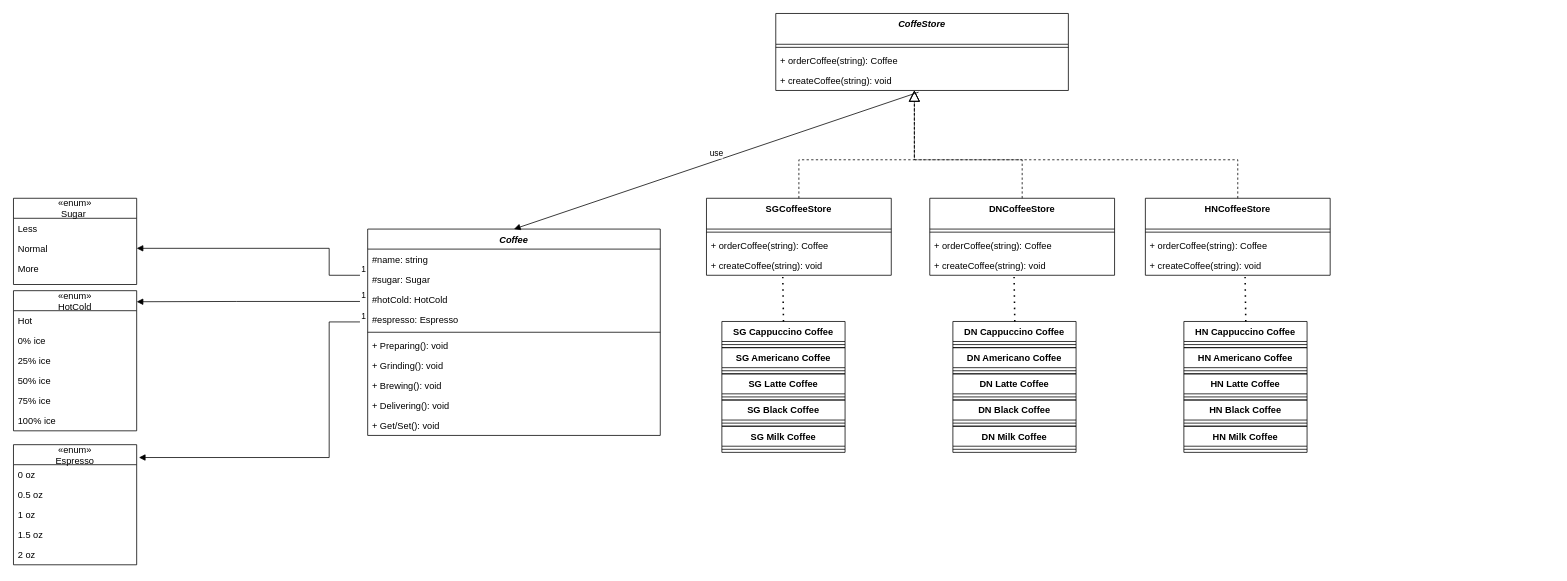
Before: page "Page-1" (1 of 5) of asm1.drawio in khangnguyen9955/DesignPatterns, a draw.io diagram. Source tidied: cells renumbered, new cells numbered last; positions are measured from the earlier drawing's top-left corner, leaving out a move shared by most shapes. Both pictures are drawn from the tidied source at 77%, with x=0, y=0 at pixel (13, 13).
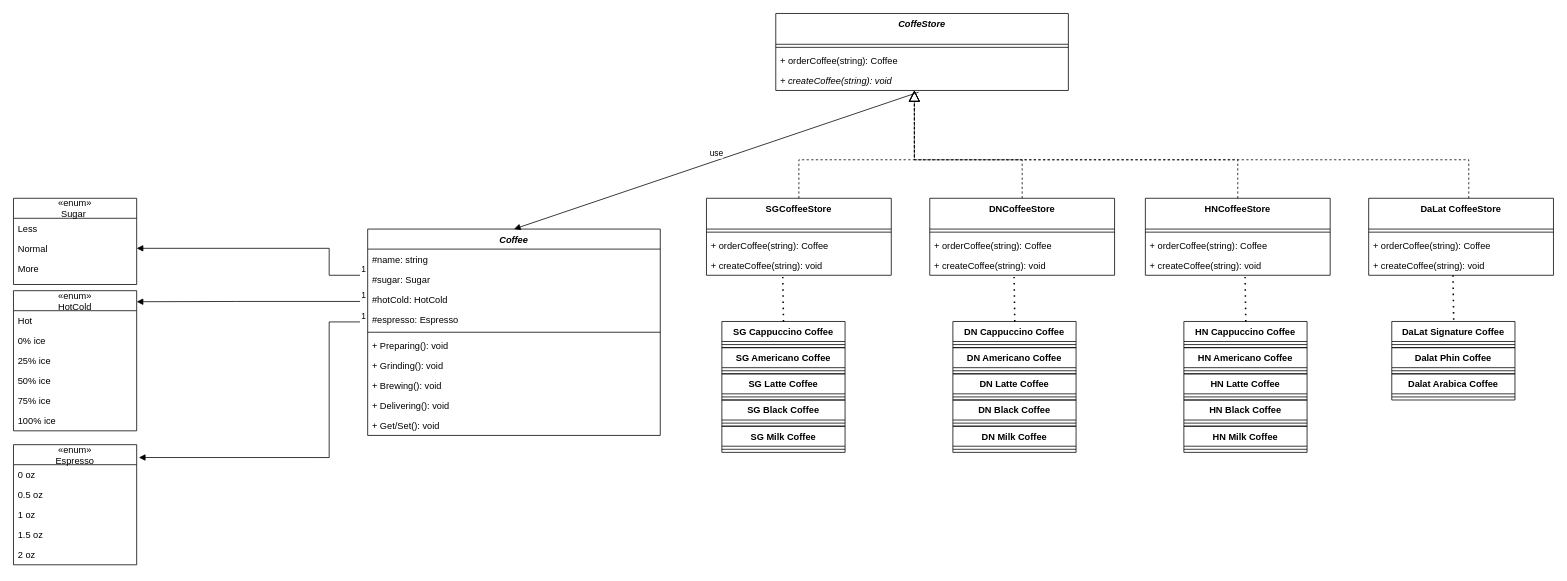
Above is the later version.

Unchanged cells that the change refers to:
```xml
<mxCell id="46" value="CoffeStore&#10;" style="swimlane;fontStyle=3;align=center;verticalAlign=top;horizontal=1;startSize=40;" parent="1" vertex="1">
  <mxGeometry x="990" width="380" height="100" as="geometry" />
</mxCell>
```

What changed in the source:
```diff
@@
-    <mxCell id="49" value="+ createCoffee(string): void" style="text;strokeColor=none;fillColor=none;align=left;verticalAlign=top;spacingLeft=4;spacingRight=4;overflow=hidden;points=[[0,0.5],[1,0.5]];portConstraint=eastwest;" parent="46" vertex="1">
+    <mxCell id="49" value="+ createCoffee(string): void" style="text;strokeColor=none;fillColor=none;align=left;verticalAlign=top;spacingLeft=4;spacingRight=4;overflow=hidden;points=[[0,0.5],[1,0.5]];portConstraint=eastwest;fontStyle=2;" parent="46" vertex="1">
       <mxGeometry y="74" width="380" height="26" as="geometry" />
     </mxCell>
@@
+    <mxCell id="89" value="DaLat CoffeeStore" style="swimlane;fontStyle=1;align=center;verticalAlign=top;horizontal=1;startSize=40;" parent="1" vertex="1">
+      <mxGeometry x="1760" y="240" width="240" height="100" as="geometry" />
+    </mxCell>
+    <mxCell id="90" style="line;strokeWidth=1;fillColor=none;align=left;verticalAlign=middle;spacingTop=-1;spacingLeft=3;spacingRight=3;labelPosition=right;strokeColor=inherit;" parent="89" vertex="1">
+      <mxGeometry y="40" width="240" height="8" as="geometry" />
+    </mxCell>
+    <mxCell id="91" value="+ orderCoffee(string): Coffee" style="text;strokeColor=none;fillColor=none;align=left;verticalAlign=top;spacingLeft=4;spacingRight=4;overflow=hidden;" parent="89" vertex="1">
+      <mxGeometry y="48" width="240" height="26" as="geometry" />
+    </mxCell>
+    <mxCell id="92" value="+ createCoffee(string): void" style="text;strokeColor=none;fillColor=none;align=left;verticalAlign=top;spacingLeft=4;spacingRight=4;overflow=hidden;" parent="89" vertex="1">
+      <mxGeometry y="74" width="240" height="26" as="geometry" />
+    </mxCell>
+    <mxCell id="93" style="endArrow=block;dashed=1;endFill=0;endSize=12;html=1;rounded=0;exitX=0.5;exitY=0;exitDx=0;exitDy=0;" parent="1" edge="1">
+      <mxGeometry relative="1" as="geometry">
+        <mxPoint x="1890" y="240" as="sourcePoint" />
+        <mxPoint x="1170" y="100" as="targetPoint" />
+        <Array as="points">
+          <mxPoint x="1890" y="190" />
+          <mxPoint x="1620" y="190" />
+          <mxPoint x="1170" y="190" />
+        </Array>
+      </mxGeometry>
+    </mxCell>
+    <mxCell id="94" value="Dalat Arabica Coffee" style="swimlane;fontStyle=1;align=center;verticalAlign=top;horizontal=1;startSize=26;" parent="1" vertex="1">
+      <mxGeometry x="1790" y="468" width="160" height="34" as="geometry" />
+    </mxCell>
+    <mxCell id="95" style="line;strokeWidth=1;fillColor=none;align=left;verticalAlign=middle;spacingTop=-1;spacingLeft=3;spacingRight=3;labelPosition=right;strokeColor=inherit;" parent="94" vertex="1">
+      <mxGeometry y="26" width="160" height="8" as="geometry" />
+    </mxCell>
+    <mxCell id="96" value="Dalat Phin Coffee" style="swimlane;fontStyle=1;align=center;verticalAlign=top;horizontal=1;startSize=26;" parent="1" vertex="1">
+      <mxGeometry x="1790" y="434" width="160" height="34" as="geometry" />
+    </mxCell>
+    <mxCell id="97" style="line;strokeWidth=1;fillColor=none;align=left;verticalAlign=middle;spacingTop=-1;spacingLeft=3;spacingRight=3;labelPosition=right;strokeColor=inherit;" parent="96" vertex="1">
+      <mxGeometry y="26" width="160" height="8" as="geometry" />
+    </mxCell>
+    <mxCell id="98" value="DaLat Signature Coffee" style="swimlane;fontStyle=1;align=center;verticalAlign=top;horizontal=1;startSize=26;" parent="1" vertex="1">
+      <mxGeometry x="1790" y="400" width="160" height="34" as="geometry" />
+    </mxCell>
+    <mxCell id="99" style="line;strokeWidth=1;fillColor=none;align=left;verticalAlign=middle;spacingTop=-1;spacingLeft=3;spacingRight=3;labelPosition=right;strokeColor=inherit;" parent="98" vertex="1">
+      <mxGeometry y="26" width="160" height="8" as="geometry" />
+    </mxCell>
+    <mxCell id="100" style="endArrow=none;dashed=1;html=1;dashPattern=1 3;strokeWidth=2;rounded=0;exitX=0.5;exitY=0;exitDx=0;exitDy=0;entryX=0.413;entryY=1.086;entryDx=0;entryDy=0;entryPerimeter=0;" parent="1" edge="1">
+      <mxGeometry relative="1" as="geometry">
+        <mxPoint x="1870.4" y="397.8" as="sourcePoint" />
+        <mxPoint x="1869.5" y="340" as="targetPoint" />
+      </mxGeometry>
+    </mxCell>
```
